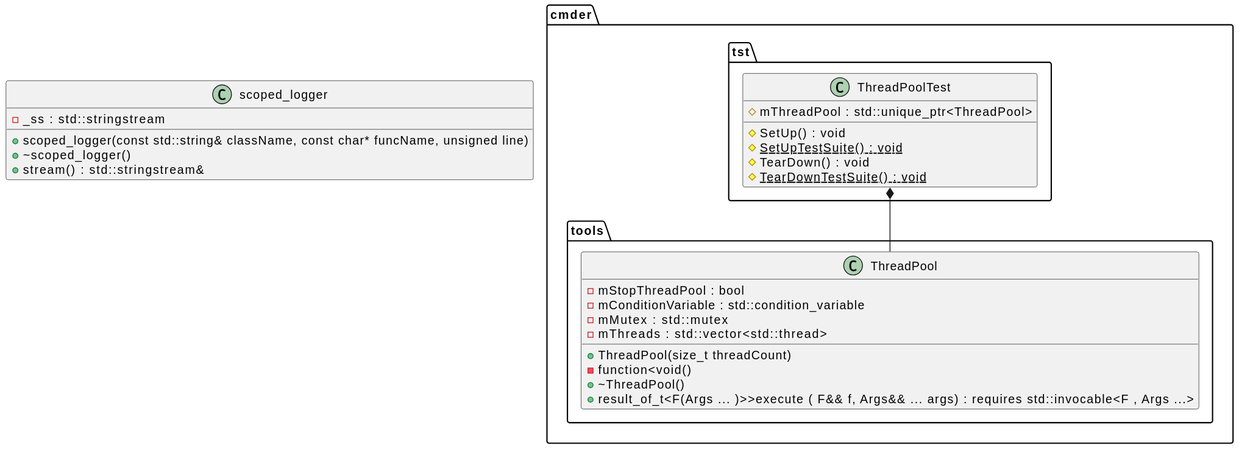
h6wk/Cmder2 keeps this PlantUML diagram as doc/classdiagram.svg. Above is the earlier version.
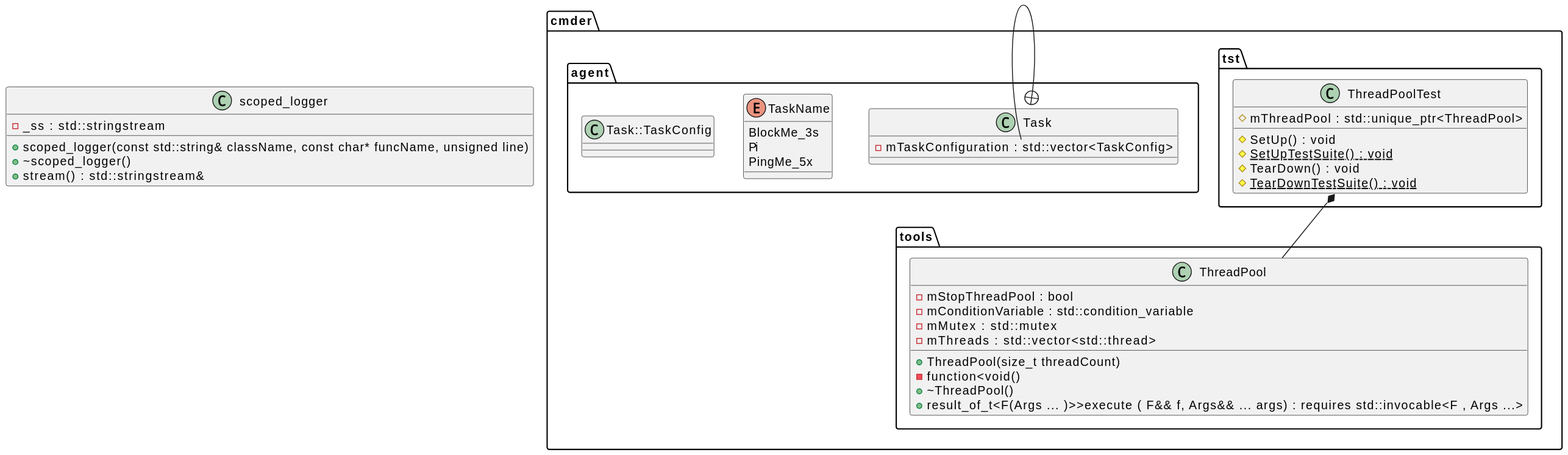
The same file after the commit.

Commit message:
Add Task class (not ready yet)

Diff of the diagram source:
```diff
@@ -31,6 +31,21 @@
 			-mThreads : std::vector<std::thread>
 		}
 	}
+
+	namespace agent {
+		class Task {
+			-mTaskConfiguration : std::vector<TaskConfig>
+		}
+
+		enum TaskName {
+			BlockMe_3s
+			Pi
+			PingMe_5x
+		}
+
+		class Task::TaskConfig {
+		}
+	}
 }
 
 
@@ -49,4 +64,6 @@
 
 
 
+
+cmder.agent.Task +-- cmder.agent.Task::TaskConfig
 @enduml
```
